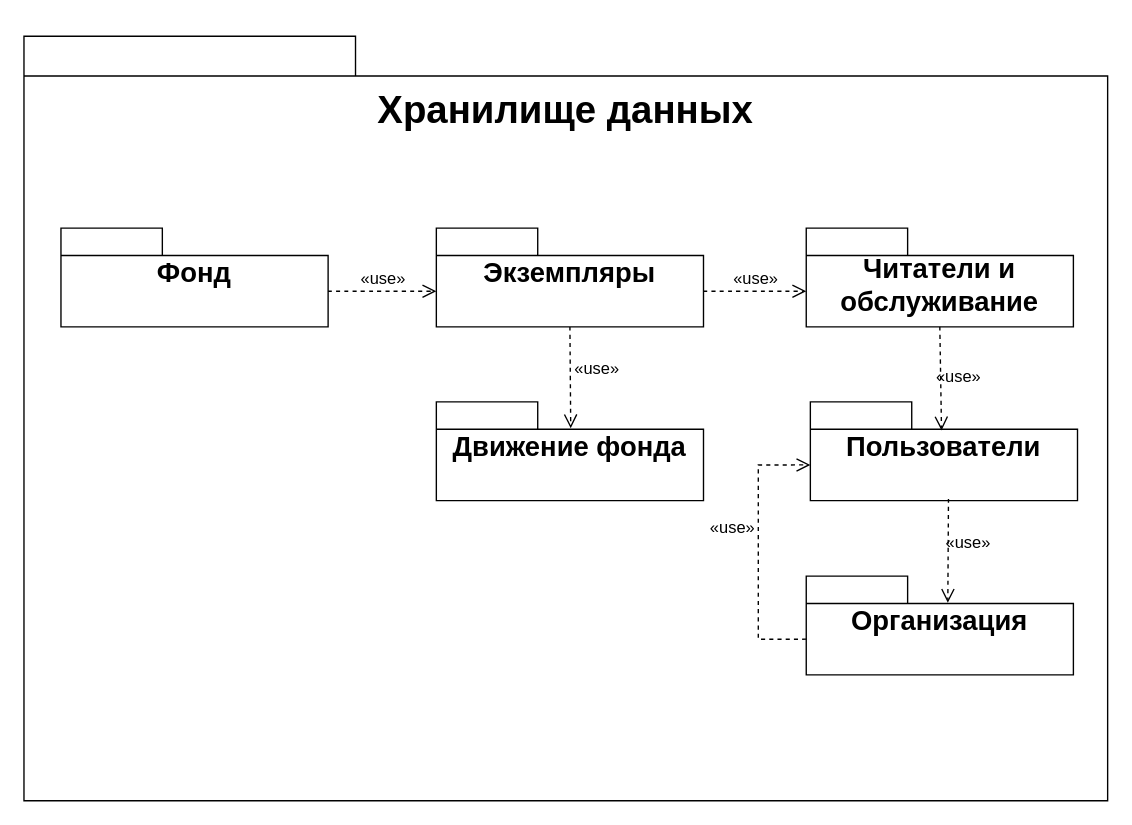
Earlier version of the draw.io diagram page "Package Diagram" (2 of 10) of db_design.drawio (Alivaros/Course_Project_DB). Source tidied: cells renumbered, new cells numbered last; positions are measured from the earlier drawing's top-left corner, leaving out a move shared by most shapes. Both pictures are drawn from the tidied source at 137%, with x=0, y=0 at pixel (23, 36).
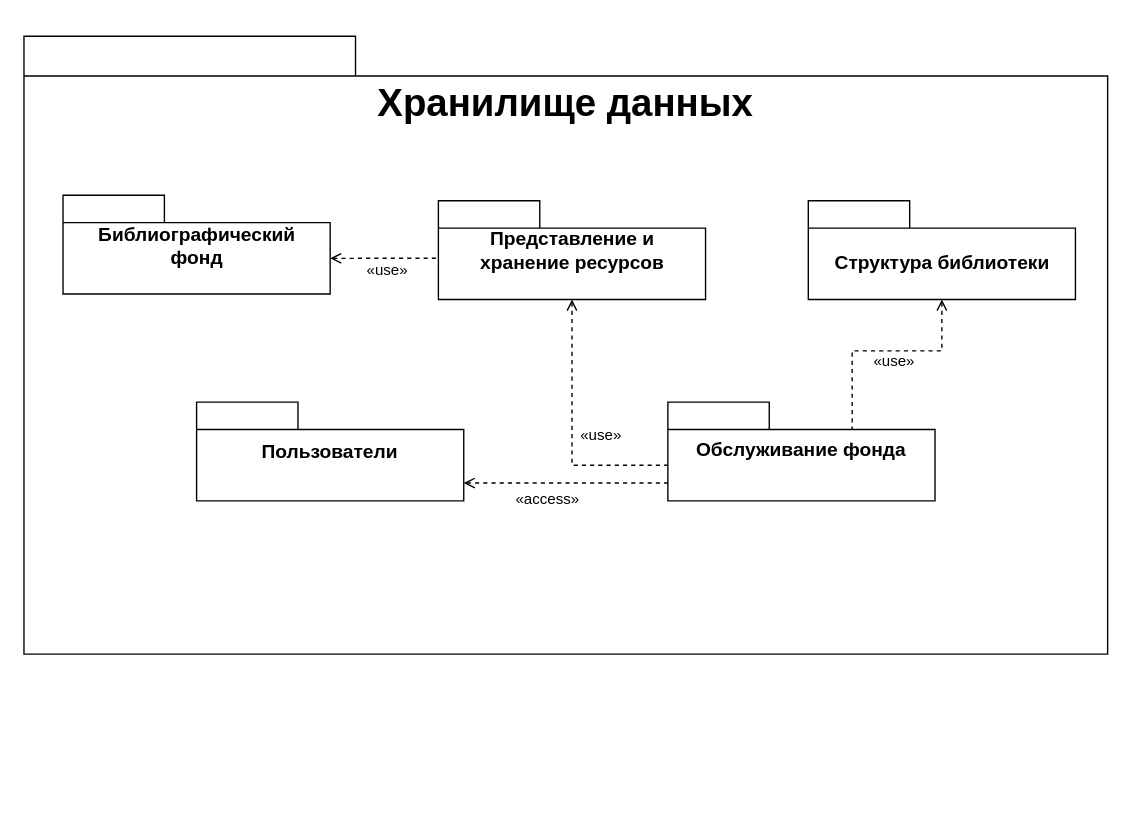
Above is the later version.

The edit, as a diff of the source:
```diff
@@
     <mxCell id="2" style="shape=folder;fontStyle=0;tabWidth=242;tabHeight=29;tabPosition=left;html=1;boundedLbl=1;labelInHeader=1;whiteSpace=wrap;comic=0;" parent="1" vertex="1">
-      <mxGeometry width="791" height="558" as="geometry" />
+      <mxGeometry width="791" height="451" as="geometry" />
     </mxCell>
     <mxCell id="3" value="&lt;span style=&quot;font-size: 28px;&quot;&gt;Хранилище данных&lt;/span&gt;" style="html=1;strokeColor=none;fillColor=none;whiteSpace=wrap;fontStyle=1;" parent="2" vertex="1">
-      <mxGeometry width="791" height="48.08" relative="1" as="geometry">
+      <mxGeometry width="791" height="38.86" relative="1" as="geometry">
         <mxPoint y="30" as="offset" />
       </mxGeometry>
     </mxCell>
-    <mxCell id="4" style="shape=folder;fontStyle=1;tabWidth=74;tabHeight=20;tabPosition=left;html=1;boundedLbl=1;labelInHeader=1;whiteSpace=wrap;" parent="2" vertex="1">
-      <mxGeometry x="27" y="140" width="195" height="72.1" as="geometry" />
+    <mxCell id="4" style="shape=folder;fontStyle=1;tabWidth=74;tabHeight=20;tabPosition=left;html=1;boundedLbl=1;labelInHeader=1;whiteSpace=wrap;fontSize=14;" parent="2" vertex="1">
+      <mxGeometry x="28.5" y="116" width="195" height="72.1" as="geometry" />
     </mxCell>
-    <mxCell id="5" value="&lt;b&gt;&lt;font style=&quot;font-size: 20px;&quot;&gt;Фонд&lt;/font&gt;&lt;/b&gt;" style="html=1;strokeColor=none;fillColor=none;whiteSpace=wrap;fontSize=16;" parent="4" vertex="1">
-      <mxGeometry width="195" height="65.56" relative="1" as="geometry">
+    <mxCell id="5" value="&lt;b&gt;Библиографический&lt;br&gt;фонд&lt;/b&gt;" style="html=1;strokeColor=none;fillColor=none;whiteSpace=wrap;fontSize=14;" parent="4" vertex="1">
+      <mxGeometry width="195" height="76" relative="1" as="geometry">
         <mxPoint y="-1" as="offset" />
       </mxGeometry>
     </mxCell>
-    <mxCell id="6" style="shape=folder;fontStyle=1;tabWidth=74;tabHeight=20;tabPosition=left;html=1;boundedLbl=1;labelInHeader=1;whiteSpace=wrap;" parent="2" vertex="1">
-      <mxGeometry x="301" y="140" width="195" height="72.1" as="geometry" />
+    <mxCell id="6" style="shape=folder;fontStyle=1;tabWidth=74;tabHeight=20;tabPosition=left;html=1;boundedLbl=1;labelInHeader=1;whiteSpace=wrap;fontSize=14;" parent="2" vertex="1">
+      <mxGeometry x="302.5" y="120" width="195" height="72.1" as="geometry" />
     </mxCell>
-    <mxCell id="7" value="&lt;b&gt;&lt;font style=&quot;font-size: 20px;&quot;&gt;Экземпляры&lt;/font&gt;&lt;/b&gt;" style="html=1;strokeColor=none;fillColor=none;whiteSpace=wrap;fontSize=16;" parent="6" vertex="1">
-      <mxGeometry width="195" height="65.56" relative="1" as="geometry">
+    <mxCell id="7" value="&lt;b&gt;&lt;font&gt;Представление и&lt;br&gt;хранение ресурсов&lt;/font&gt;&lt;/b&gt;" style="html=1;strokeColor=none;fillColor=none;whiteSpace=wrap;fontSize=14;" parent="6" vertex="1">
+      <mxGeometry width="195" height="73" relative="1" as="geometry">
         <mxPoint y="-1" as="offset" />
       </mxGeometry>
     </mxCell>
-    <mxCell id="8" style="shape=folder;fontStyle=1;tabWidth=74;tabHeight=20;tabPosition=left;html=1;boundedLbl=1;labelInHeader=1;whiteSpace=wrap;" parent="2" vertex="1">
-      <mxGeometry x="571" y="140" width="195" height="72.1" as="geometry" />
+    <mxCell id="8" style="shape=folder;fontStyle=1;tabWidth=74;tabHeight=20;tabPosition=left;html=1;boundedLbl=1;labelInHeader=1;whiteSpace=wrap;fontSize=14;" parent="2" vertex="1">
+      <mxGeometry x="572.5" y="120" width="195" height="72.1" as="geometry" />
     </mxCell>
-    <mxCell id="9" value="&lt;b&gt;&lt;font style=&quot;font-size: 20px;&quot;&gt;Читатели и обслуживание&lt;/font&gt;&lt;/b&gt;" style="html=1;strokeColor=none;fillColor=none;whiteSpace=wrap;fontSize=16;" parent="8" vertex="1">
-      <mxGeometry width="195" height="47.56" relative="1" as="geometry">
+    <mxCell id="9" value="&lt;b&gt;Структура библиотеки&lt;/b&gt;" style="html=1;strokeColor=none;fillColor=none;whiteSpace=wrap;fontSize=14;" parent="8" vertex="1">
+      <mxGeometry width="195" height="55" relative="1" as="geometry">
         <mxPoint y="17" as="offset" />
       </mxGeometry>
     </mxCell>
-    <mxCell id="10" style="shape=folder;fontStyle=1;tabWidth=74;tabHeight=20;tabPosition=left;html=1;boundedLbl=1;labelInHeader=1;whiteSpace=wrap;" parent="2" vertex="1">
-      <mxGeometry x="301" y="266.8" width="195" height="72.1" as="geometry" />
-    </mxCell>
-    <mxCell id="11" value="&lt;b&gt;&lt;font style=&quot;font-size: 20px;&quot;&gt;Движение фонда&lt;/font&gt;&lt;/b&gt;" style="html=1;strokeColor=none;fillColor=none;whiteSpace=wrap;fontSize=16;" parent="10" vertex="1">
-      <mxGeometry width="195" height="65.56" relative="1" as="geometry">
-        <mxPoint y="-1" as="offset" />
-      </mxGeometry>
-    </mxCell>
-    <mxCell id="12" style="shape=folder;fontStyle=1;tabWidth=74;tabHeight=20;tabPosition=left;html=1;boundedLbl=1;labelInHeader=1;whiteSpace=wrap;" parent="2" vertex="1">
-      <mxGeometry x="574" y="266.8" width="195" height="72.1" as="geometry" />
-    </mxCell>
-    <mxCell id="13" value="&lt;b&gt;&lt;font style=&quot;font-size: 20px;&quot;&gt;Пользователи&lt;/font&gt;&lt;/b&gt;" style="html=1;strokeColor=none;fillColor=none;whiteSpace=wrap;fontSize=16;" parent="12" vertex="1">
-      <mxGeometry width="195" height="65.56" relative="1" as="geometry">
-        <mxPoint y="-1" as="offset" />
-      </mxGeometry>
-    </mxCell>
-    <mxCell id="14" style="shape=folder;fontStyle=1;tabWidth=74;tabHeight=20;tabPosition=left;html=1;boundedLbl=1;labelInHeader=1;whiteSpace=wrap;" parent="2" vertex="1">
-      <mxGeometry x="571" y="394" width="195" height="72.1" as="geometry" />
+    <mxCell id="14" style="shape=folder;fontStyle=1;tabWidth=74;tabHeight=20;tabPosition=left;html=1;boundedLbl=1;labelInHeader=1;whiteSpace=wrap;fontSize=14;" parent="2" vertex="1">
+      <mxGeometry x="470" y="267" width="195" height="72.1" as="geometry" />
     </mxCell>
-    <mxCell id="15" value="&lt;b&gt;&lt;font style=&quot;font-size: 20px;&quot;&gt;Организация&lt;/font&gt;&lt;/b&gt;" style="html=1;strokeColor=none;fillColor=none;whiteSpace=wrap;fontSize=16;" parent="14" vertex="1">
-      <mxGeometry width="195" height="65.56" relative="1" as="geometry">
+    <mxCell id="15" value="&lt;b&gt;&lt;font&gt;Обслуживание фонда&lt;/font&gt;&lt;/b&gt;" style="html=1;strokeColor=none;fillColor=none;whiteSpace=wrap;fontSize=14;" parent="14" vertex="1">
+      <mxGeometry width="195" height="72" relative="1" as="geometry">
         <mxPoint y="-1" as="offset" />
       </mxGeometry>
     </mxCell>
-    <mxCell id="16" value="«use»" style="endArrow=open;startArrow=none;endFill=0;startFill=0;endSize=8;html=1;verticalAlign=bottom;dashed=1;labelBackgroundColor=none;rounded=0;fontSize=12;curved=1;exitX=0;exitY=0;exitDx=195;exitDy=46.05874673629243;exitPerimeter=0;entryX=0;entryY=0;entryDx=0;entryDy=46.05874673629243;entryPerimeter=0;" parent="2" edge="1" source="4" target="6">
-      <mxGeometry relative="1" as="geometry" />
-    </mxCell>
-    <mxCell id="17" value="«use»" style="endArrow=open;startArrow=none;endFill=0;startFill=0;endSize=8;html=1;verticalAlign=bottom;dashed=1;labelBackgroundColor=none;rounded=0;fontSize=12;curved=1;exitX=0.5;exitY=1;exitDx=0;exitDy=0;exitPerimeter=0;entryX=0.503;entryY=0.268;entryDx=0;entryDy=0;entryPerimeter=0;" parent="2" edge="1" source="6" target="10">
-      <mxGeometry x="0.08" y="19" relative="1" as="geometry" />
-    </mxCell>
-    <mxCell id="18" value="«use»" style="endArrow=open;startArrow=none;endFill=0;startFill=0;endSize=8;html=1;verticalAlign=bottom;dashed=1;labelBackgroundColor=none;rounded=0;fontSize=12;curved=1;exitX=0;exitY=0;exitDx=195;exitDy=46.05874673629243;exitPerimeter=0;entryX=0;entryY=0;entryDx=0;entryDy=46.05874673629243;entryPerimeter=0;" parent="2" edge="1" source="6" target="8">
-      <mxGeometry relative="1" as="geometry" />
-    </mxCell>
-    <mxCell id="19" value="«use»" style="endArrow=open;startArrow=none;endFill=0;startFill=0;endSize=8;html=1;verticalAlign=bottom;dashed=1;labelBackgroundColor=none;rounded=0;fontSize=12;curved=1;exitX=0.5;exitY=1;exitDx=0;exitDy=0;exitPerimeter=0;entryX=0.491;entryY=0.29;entryDx=0;entryDy=0;entryPerimeter=0;" parent="2" edge="1" source="8" target="12">
-      <mxGeometry x="0.22" y="13" relative="1" as="geometry" />
-    </mxCell>
-    <mxCell id="20" value="«use»" style="endArrow=open;startArrow=none;endFill=0;startFill=0;endSize=8;html=1;verticalAlign=bottom;dashed=1;labelBackgroundColor=none;rounded=0;fontSize=12;curved=1;exitX=0.517;exitY=0.983;exitDx=0;exitDy=0;exitPerimeter=0;entryX=0.53;entryY=0.271;entryDx=0;entryDy=0;entryPerimeter=0;" parent="2" edge="1" source="12" target="14">
-      <mxGeometry x="0.09" y="14" relative="1" as="geometry" />
-    </mxCell>
-    <mxCell id="21" value="«use»" style="endArrow=open;startArrow=none;endFill=0;startFill=0;endSize=8;html=1;verticalAlign=bottom;dashed=1;labelBackgroundColor=none;rounded=0;fontSize=12;exitX=0;exitY=0;exitDx=0;exitDy=46.05874673629243;exitPerimeter=0;entryX=0;entryY=0;entryDx=0;entryDy=46.05874673629243;entryPerimeter=0;edgeStyle=orthogonalEdgeStyle;" parent="2" edge="1" source="14" target="12">
-      <mxGeometry x="0.07" y="19" relative="1" as="geometry">
-        <Array as="points">
-          <mxPoint x="536" y="440" />
-          <mxPoint x="536" y="313" />
-        </Array>
-      </mxGeometry>
-    </mxCell>
+    <mxCell id="23" style="shape=folder;fontStyle=1;tabWidth=74;tabHeight=20;tabPosition=left;html=1;boundedLbl=1;labelInHeader=1;whiteSpace=wrap;fontSize=14;" parent="2" vertex="1">
+      <mxGeometry x="126" y="267" width="195" height="72.1" as="geometry" />
+    </mxCell>
+    <mxCell id="13" value="&lt;b&gt;&lt;font&gt;Пользователи&lt;/font&gt;&lt;/b&gt;" style="html=1;strokeColor=none;fillColor=none;whiteSpace=wrap;fontSize=14;" parent="23" vertex="1">
+      <mxGeometry width="195" height="73" relative="1" as="geometry">
+        <mxPoint y="-1" as="offset" />
+      </mxGeometry>
+    </mxCell>
+    <mxCell id="24" style="endArrow=none;html=1;rounded=0;dashed=1;startArrow=open;startFill=0;endFill=0;exitX=0;exitY=0;exitDx=195;exitDy=46.05874673629243;exitPerimeter=0;" parent="2" edge="1" source="4">
+      <mxGeometry relative="1" as="geometry">
+        <mxPoint x="302.5" y="162" as="targetPoint" />
+      </mxGeometry>
+    </mxCell>
+    <mxCell id="25" value="«use»" style="edgeLabel;html=1;align=center;verticalAlign=middle;" parent="24" vertex="1">
+      <mxGeometry x="-0.1" y="1" relative="1" as="geometry">
+        <mxPoint x="5" y="9" as="offset" />
+      </mxGeometry>
+    </mxCell>
+    <mxCell id="26" style="endArrow=none;html=1;rounded=0;dashed=1;startArrow=open;startFill=0;endFill=0;exitX=0.5;exitY=1;exitDx=0;exitDy=0;exitPerimeter=0;edgeStyle=orthogonalEdgeStyle;entryX=0;entryY=0;entryDx=0;entryDy=46.05874673629243;entryPerimeter=0;" parent="2" edge="1" source="6" target="14">
+      <mxGeometry relative="1" as="geometry" />
+    </mxCell>
+    <mxCell id="27" value="«use»" style="edgeLabel;html=1;align=center;verticalAlign=middle;" parent="26" vertex="1">
+      <mxGeometry x="-0.1" y="1" relative="1" as="geometry">
+        <mxPoint x="19" y="12" as="offset" />
+      </mxGeometry>
+    </mxCell>
+    <mxCell id="28" style="endArrow=none;html=1;rounded=0;dashed=1;startArrow=open;startFill=0;endFill=0;edgeStyle=orthogonalEdgeStyle;entryX=0;entryY=0;entryDx=0;entryDy=59.088120104438644;entryPerimeter=0;exitX=0;exitY=0;exitDx=195;exitDy=59.088120104438644;exitPerimeter=0;" parent="2" edge="1" source="23" target="14">
+      <mxGeometry relative="1" as="geometry" />
+    </mxCell>
+    <mxCell id="29" value="«access»" style="edgeLabel;html=1;align=center;verticalAlign=middle;" parent="28" vertex="1">
+      <mxGeometry x="-0.1" y="1" relative="1" as="geometry">
+        <mxPoint x="-7" y="12" as="offset" />
+      </mxGeometry>
+    </mxCell>
+    <mxCell id="30" style="endArrow=none;html=1;rounded=0;dashed=1;startArrow=open;startFill=0;endFill=0;exitX=0.5;exitY=1;exitDx=0;exitDy=0;exitPerimeter=0;edgeStyle=orthogonalEdgeStyle;entryX=0;entryY=0;entryDx=134.5;entryDy=20;entryPerimeter=0;" parent="2" edge="1" source="8" target="14">
+      <mxGeometry relative="1" as="geometry" />
+    </mxCell>
+    <mxCell id="31" value="«use»" style="edgeLabel;html=1;align=center;verticalAlign=middle;" parent="30" vertex="1">
+      <mxGeometry x="-0.1" y="1" relative="1" as="geometry">
+        <mxPoint x="-1" y="6" as="offset" />
+      </mxGeometry>
+    </mxCell>
```
